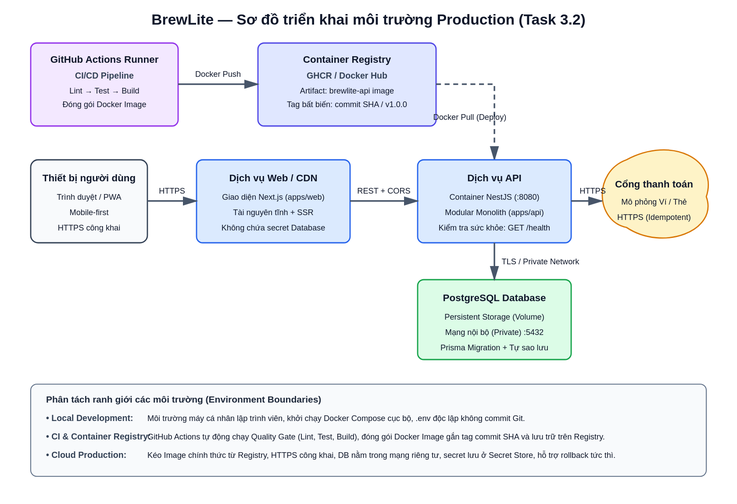
Above: docs/diagrams/deployment.svg in dangtuan992006/SWE_Project_Assignment2 (PlantUML), before the change. Its source is kept beside it as docs/diagrams/deployment.puml.
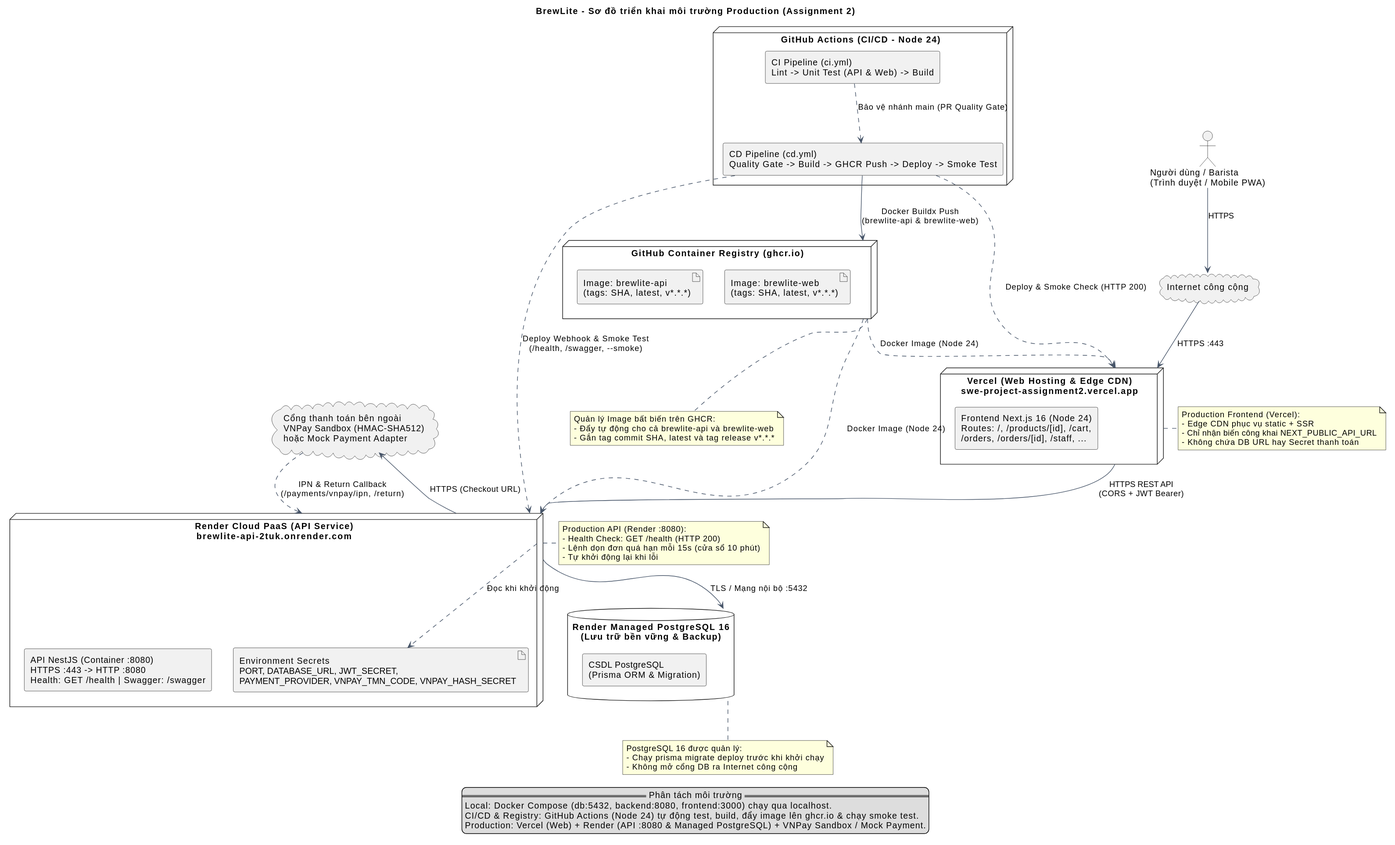
The same file after the commit.

Commit message:
[Docs]: đồng bộ SRS (17 FRs, 20 NFRs), sơ đồ UML/SVG, ma trận RTM và README với mã nguồn

Diff of the diagram source:
```diff
@@ -1,5 +1,5 @@
 @startuml
-title BrewLite - Sơ đồ triển khai môi trường Production (Task 3.2)
+title BrewLite - Sơ đồ triển khai môi trường Production (Assignment 2)
 
 skinparam shadowing false
 skinparam componentStyle rectangle
@@ -7,72 +7,80 @@
 skinparam ArrowColor #475569
 skinparam packageStyle rectangle
 
-actor "Người dùng\n(Trình duyệt / PWA)" as user
+actor "Người dùng / Barista\n(Trình duyệt / Mobile PWA)" as user
 
 cloud "Internet công cộng" as internet
 
-node "GitHub Actions (CI Runner)" as ci {
-  component "CI/CD Pipeline\n(Lint -> Test -> Build Image)" as pipeline
+node "GitHub Actions (CI/CD - Node 24)" as ci {
+  component "CI Pipeline (ci.yml)\nLint -> Unit Test (API & Web) -> Build" as ci_pipe
+  component "CD Pipeline (cd.yml)\nQuality Gate -> Build -> GHCR Push -> Deploy -> Smoke Test" as cd_pipe
 }
 
-node "Container Registry\n(GHCR / Docker Hub)" as registry {
-  artifact "Docker Image: brewlite-api\n(tag: commit SHA / v1.0.0)" as image
+node "GitHub Container Registry (ghcr.io)" as registry {
+  artifact "Image: brewlite-api\n(tags: SHA, latest, v*.*.*)" as img_api
+  artifact "Image: brewlite-web\n(tags: SHA, latest, v*.*.*)" as img_web
 }
 
-node "Dịch vụ Web/CDN\n(Render / Vercel / tương đương)" as web {
-  component "Giao diện Next.js\n(tài nguyên tĩnh + SSR)" as next
+node "Vercel (Web Hosting & Edge CDN)\nswe-project-assignment2.vercel.app" as web {
+  component "Frontend Next.js 16 (Node 24)\nRoutes: /, /products/[id], /cart,\n/orders, /orders/[id], /staff, ..." as next
 }
 
-node "Dịch vụ API\n(Render / Railway / Fly.io / VPS)" as api {
-  component "API NestJS\nHTTPS :443 -> HTTP :8080" as nest
-  artifact "Secret / biến môi trường\nPORT, DATABASE_URL,\nJWT_SECRET, khóa thanh toán" as secrets
+node "Render Cloud PaaS (API Service)\nbrewlite-api-2tuk.onrender.com" as api {
+  component "API NestJS (Container :8080)\nHTTPS :443 -> HTTP :8080\nHealth: GET /health | Swagger: /swagger" as nest
+  artifact "Environment Secrets\nPORT, DATABASE_URL, JWT_SECRET,\nPAYMENT_PROVIDER, VNPAY_TMN_CODE, VNPAY_HASH_SECRET" as secrets
 }
 
-database "PostgreSQL được quản lý\nlưu trữ bền vững" as db {
-  component "Cơ sở dữ liệu\n(mạng nội bộ)" as postgres
+database "Render Managed PostgreSQL 16\n(Lưu trữ bền vững & Backup)" as db {
+  component "CSDL PostgreSQL\n(Prisma ORM & Migration)" as postgres
 }
 
-cloud "Cổng thanh toán giả lập\n(hoặc nhà cung cấp bên ngoài)" as payment
+cloud "Cổng thanh toán bên ngoài\nVNPay Sandbox (HMAC-SHA512)\nhoặc Mock Payment Adapter" as payment
 
-pipeline --> registry : Docker Push Image (tag: SHA)\nqua token bảo mật CI
-registry ..> api : Docker Pull Image\nđể khởi chạy Container
+ci_pipe ..> cd_pipe : Bảo vệ nhánh main (PR Quality Gate)
+cd_pipe --> registry : Docker Buildx Push\n(brewlite-api & brewlite-web)
+registry ..> api : Docker Image (Node 24)
+registry ..> web : Docker Image (Node 24)
+cd_pipe ..> api : Deploy Webhook & Smoke Test\n(/health, /swagger, --smoke)
+cd_pipe ..> web : Deploy & Smoke Check (HTTP 200)
 
 user --> internet : HTTPS
-internet --> web : HTTPS
-web --> api : REST qua HTTPS\nCORS allow-list
-api --> db : TLS / mạng nội bộ\n5432
-api --> payment : HTTPS
-api ..> secrets : đọc khi khởi động
+internet --> web : HTTPS :443
+web --> api : HTTPS REST API\n(CORS + JWT Bearer)
+api --> db : TLS / Mạng nội bộ :5432
+api --> payment : HTTPS (Checkout URL)
+payment ..> api : IPN & Return Callback\n(/payments/vnpay/ipn, /return)
+api ..> secrets : Đọc khi khởi động
 
 note right of web
-Chỉ dành cho Production:
-- CDN/cache tài nguyên công khai
-- không chứa thông tin DB
-- NEXT_PUBLIC_API_URL trỏ đến API
+Production Frontend (Vercel):
+- Edge CDN phục vụ static + SSR
+- Chỉ nhận biến công khai NEXT_PUBLIC_API_URL
+- Không chứa DB URL hay Secret thanh toán
 end note
 
 note right of api
-Kiểm tra sức khỏe: GET /health
-Log: stdout/stderr
-Tự khởi động lại khi lỗi
+Production API (Render :8080):
+- Health Check: GET /health (HTTP 200)
+- Lệnh dọn đơn quá hạn mỗi 15s (cửa sổ 10 phút)
+- Tự khởi động lại khi lỗi
 end note
 
 note bottom of registry
-Quản lý phiên bản Image bất biến:
-- Gắn thẻ (tag) theo commit SHA
-- Hỗ trợ rollback nhanh khi lỗi
+Quản lý Image bất biến trên GHCR:
+- Đẩy tự động cho cả brewlite-api và brewlite-web
+- Gắn tag commit SHA, latest và tag release v*.*.*
 end note
 
 note bottom of db
-Sao lưu, migration và thời hạn lưu trữ
-được quản lý riêng với quá trình deploy.
+PostgreSQL 16 được quản lý:
+- Chạy prisma migrate deploy trước khi khởi chạy
+- Không mở cổng DB ra Internet công cộng
 end note
 
 legend
   == Phân tách môi trường ==
-  Local: dịch vụ chạy trên máy lập trình viên; chỉ dùng localhost.
-  CI / Registry: đóng gói tự động, kiểm tra bảo mật, lưu trữ image tag bất biến.
-  Production: HTTPS công khai, đường truyền API/DB nội bộ,
-  secret được quản lý, health check và sao lưu bền vững.
+  Local: Docker Compose (db:5432, backend:8080, frontend:3000) chạy qua localhost.
+  CI/CD & Registry: GitHub Actions (Node 24) tự động test, build, đẩy image lên ghcr.io & chạy smoke test.
+  Production: Vercel (Web) + Render (API :8080 & Managed PostgreSQL) + VNPay Sandbox / Mock Payment.
 endlegend
 @enduml
```
